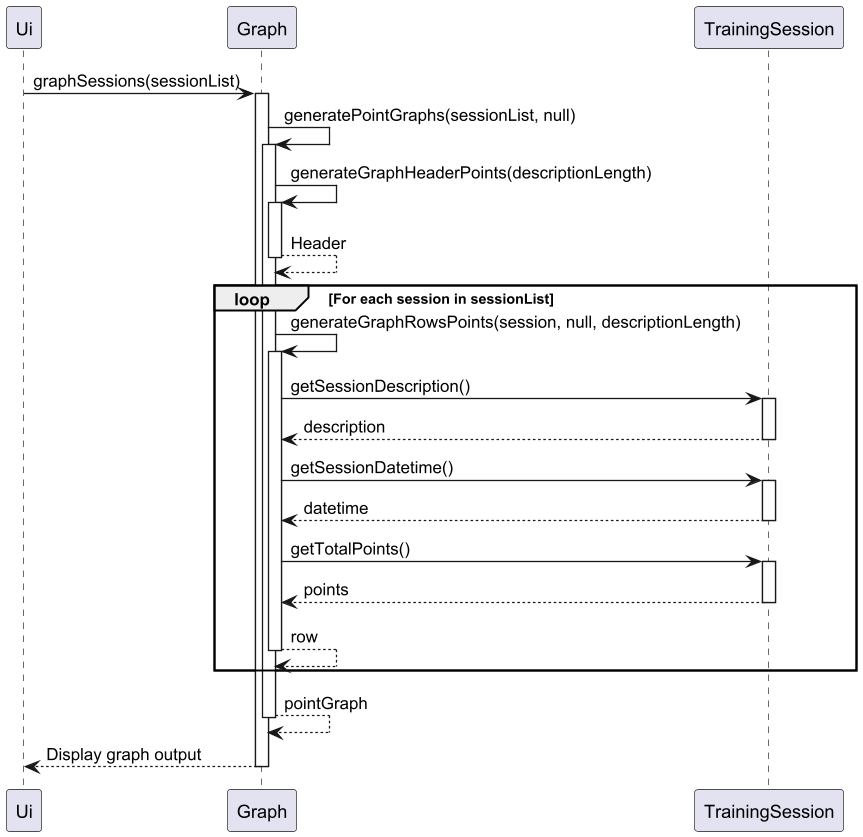
nus-cs2113-AY2425S1/tp keeps this PlantUML diagram as docs/Images/Sequence_graphSessions.png. Above is the earlier version. The source it was exported from:
```plantuml
@startuml
participant Ui as User
participant Graph
participant TrainingSession

User -> Graph : graphSessions(sessionList)
activate Graph

Graph -> Graph : generatePointGraphs(sessionList, null)
activate Graph
Graph -> Graph : generateGraphHeaderPoints(descriptionLength)
activate Graph
Graph --> Graph : Header
deactivate Graph

loop For each session in sessionList
    Graph -> Graph : generateGraphRowsPoints(session, null, descriptionLength)
    activate Graph

    Graph -> TrainingSession : getSessionDescription()
    activate TrainingSession
    TrainingSession --> Graph : description
    deactivate TrainingSession

    Graph -> TrainingSession : getSessionDatetime()
    activate TrainingSession
    TrainingSession --> Graph : datetime
    deactivate TrainingSession

    Graph -> TrainingSession : getTotalPoints()
    activate TrainingSession
    TrainingSession --> Graph : points
    deactivate TrainingSession
    Graph --> Graph : row
    deactivate Graph

end loop

Graph --> Graph : pointGraph
deactivate Graph

User <-- Graph : Display graph output
deactivate Graph
@enduml
```
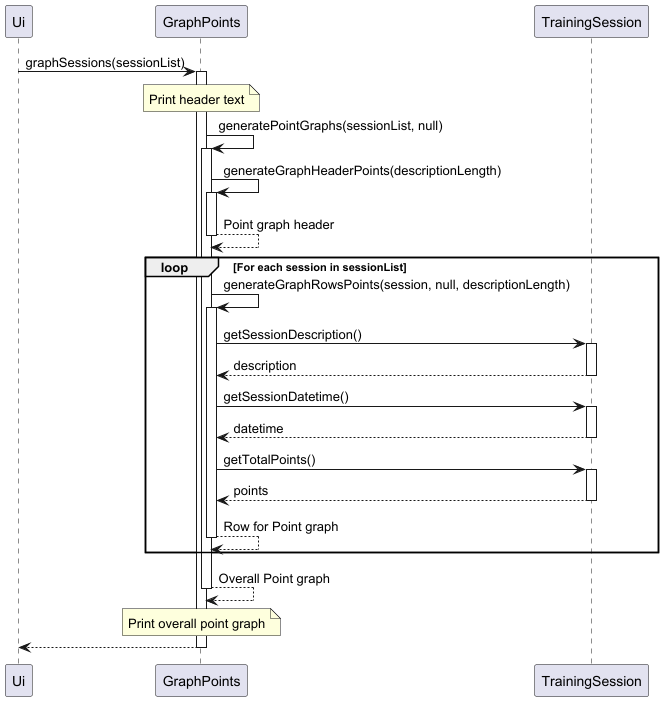
After the change.

Commit message:
Update DG for graph features.

Diff of the diagram source:
```diff
@@ -1,44 +1,50 @@
 @startuml
 participant Ui as User
-participant Graph
+participant GraphPoints
 participant TrainingSession
 
-User -> Graph : graphSessions(sessionList)
-activate Graph
+User -> GraphPoints : graphSessions(sessionList)
+activate GraphPoints
 
-Graph -> Graph : generatePointGraphs(sessionList, null)
-activate Graph
-Graph -> Graph : generateGraphHeaderPoints(descriptionLength)
-activate Graph
-Graph --> Graph : Header
-deactivate Graph
+note over GraphPoints
+    Print header text
+end note
+
+GraphPoints -> GraphPoints : generatePointGraphs(sessionList, null)
+activate GraphPoints
+GraphPoints -> GraphPoints : generateGraphHeaderPoints(descriptionLength)
+activate GraphPoints
+GraphPoints --> GraphPoints : Point graph header
+deactivate GraphPoints
 
 loop For each session in sessionList
-    Graph -> Graph : generateGraphRowsPoints(session, null, descriptionLength)
-    activate Graph
+    GraphPoints -> GraphPoints : generateGraphRowsPoints(session, null, descriptionLength)
+    activate GraphPoints
 
-    Graph -> TrainingSession : getSessionDescription()
+    GraphPoints -> TrainingSession : getSessionDescription()
     activate TrainingSession
-    TrainingSession --> Graph : description
+    TrainingSession --> GraphPoints : description
     deactivate TrainingSession
 
-    Graph -> TrainingSession : getSessionDatetime()
+    GraphPoints -> TrainingSession : getSessionDatetime()
     activate TrainingSession
-    TrainingSession --> Graph : datetime
+    TrainingSession --> GraphPoints : datetime
     deactivate TrainingSession
 
-    Graph -> TrainingSession : getTotalPoints()
+    GraphPoints -> TrainingSession : getTotalPoints()
     activate TrainingSession
-    TrainingSession --> Graph : points
+    TrainingSession --> GraphPoints : points
     deactivate TrainingSession
-    Graph --> Graph : row
-    deactivate Graph
-
+    GraphPoints --> GraphPoints : Row for Point graph
+    deactivate GraphPoints
 end loop
 
-Graph --> Graph : pointGraph
-deactivate Graph
+GraphPoints --> GraphPoints : Overall Point graph
+note over GraphPoints
+    Print overall point graph
+end note
+deactivate GraphPoints
 
-User <-- Graph : Display graph output
-deactivate Graph
+User <-- GraphPoints :
+deactivate GraphPoints
 @enduml
```
